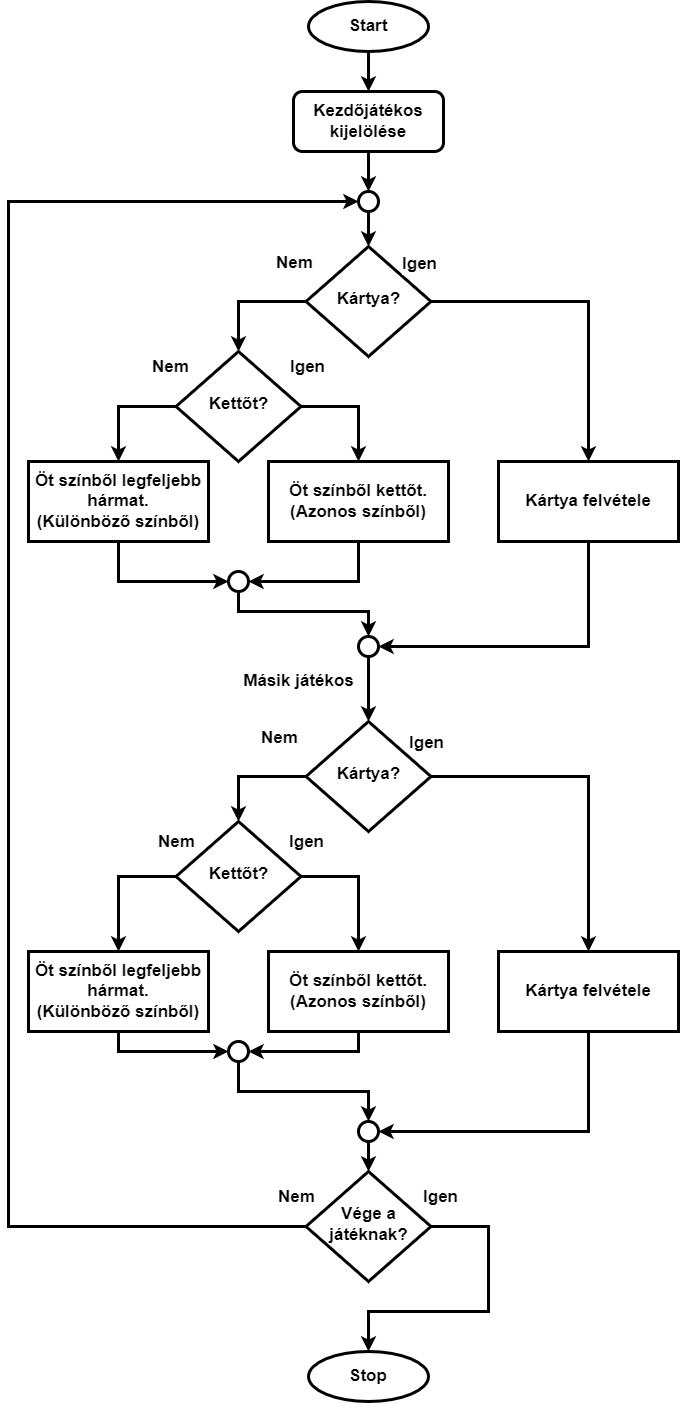
Above: docs/Splendor_flowchart.png in KollarMaTT/Szakdolgozat (draw.io), before the change. Source tidied: cells renumbered, new cells last; positions are measured from the earlier drawing's top-left corner, leaving out a move shared by most shapes.
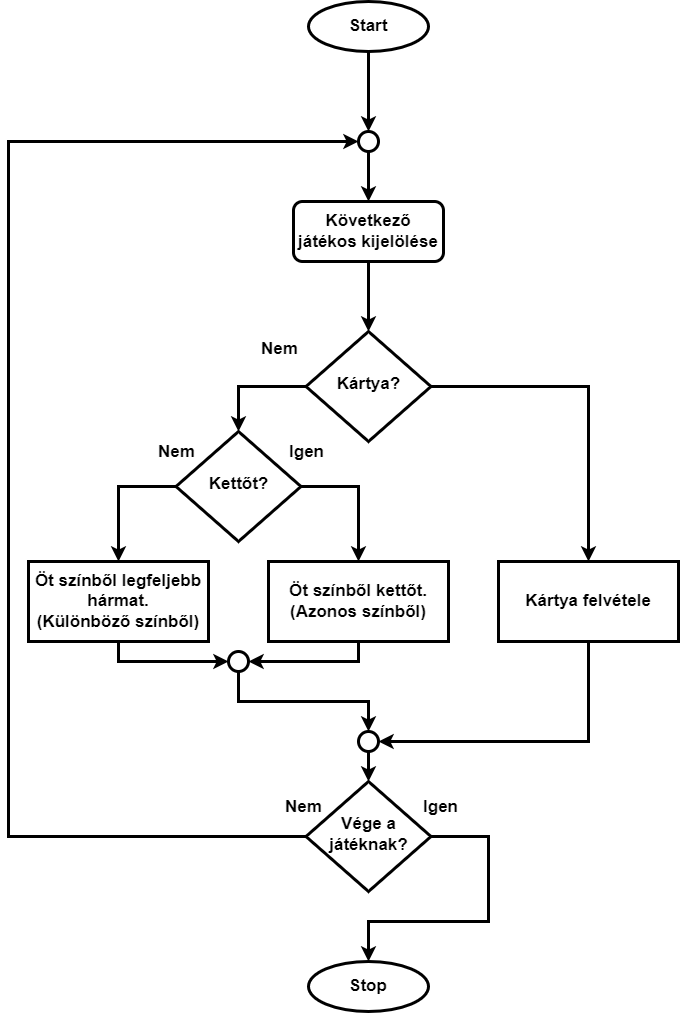
The same file after the commit.

Diff of the diagram source:
```diff
@@ -2,83 +2,18 @@
   <root>
     <mxCell id="0" />
     <mxCell id="1" parent="0" />
-    <mxCell id="2" style="edgeStyle=none;rounded=0;jettySize=auto;html=1;strokeWidth=3;startArrow=none;exitX=0.5;exitY=1;exitDx=0;exitDy=0;entryX=0.5;entryY=0;entryDx=0;entryDy=0;" parent="1" edge="1" source="3" target="55">
-      <mxGeometry relative="1" as="geometry" />
-    </mxCell>
-    <mxCell id="3" value="&lt;font style=&quot;font-size: 17px&quot;&gt;&lt;b&gt;Kezdőjátékos kijelölése&lt;/b&gt;&lt;/font&gt;" style="rounded=1;whiteSpace=wrap;html=1;fontSize=12;glass=0;strokeWidth=3;shadow=0;" parent="1" vertex="1">
-      <mxGeometry x="405" y="90" width="150" height="60" as="geometry" />
+    <mxCell id="3" value="&lt;font style=&quot;font-size: 17px&quot;&gt;&lt;b&gt;Következő játékos kijelölése&lt;/b&gt;&lt;/font&gt;" style="rounded=1;whiteSpace=wrap;html=1;fontSize=12;glass=0;strokeWidth=3;shadow=0;" parent="1" vertex="1">
+      <mxGeometry x="405" y="590" width="150" height="60" as="geometry" />
     </mxCell>
-    <mxCell id="4" style="edgeStyle=orthogonalEdgeStyle;rounded=0;jettySize=auto;html=1;exitX=0;exitY=0.5;exitDx=0;exitDy=0;entryX=0.5;entryY=0;entryDx=0;entryDy=0;endArrow=classic;endFill=1;strokeWidth=3;" parent="1" edge="1" source="7" target="12">
-      <mxGeometry relative="1" as="geometry" />
-    </mxCell>
-    <mxCell id="5" value="Nem" style="edgeLabel;html=1;align=center;verticalAlign=middle;fontSize=17;fontStyle=1;" parent="4" vertex="1">
-      <mxGeometry x="0.28" y="-2" relative="1" as="geometry">
-        <mxPoint x="57" y="-46" as="offset" />
-      </mxGeometry>
-    </mxCell>
-    <mxCell id="6" style="edgeStyle=orthogonalEdgeStyle;rounded=0;jettySize=auto;html=1;exitX=1;exitY=0.5;exitDx=0;exitDy=0;entryX=0.5;entryY=0;entryDx=0;entryDy=0;strokeWidth=3;" parent="1" edge="1" source="7" target="17">
-      <mxGeometry relative="1" as="geometry" />
-    </mxCell>
-    <mxCell id="7" value="&lt;font style=&quot;font-size: 17px&quot;&gt;&lt;b&gt;Kártya?&lt;/b&gt;&lt;/font&gt;" style="rhombus;whiteSpace=wrap;html=1;shadow=0;fontFamily=Helvetica;fontSize=12;align=center;strokeWidth=3;spacing=6;spacingTop=-4;" parent="1" vertex="1">
-      <mxGeometry x="417.5" y="245" width="125" height="110" as="geometry" />
-    </mxCell>
-    <mxCell id="8" style="edgeStyle=orthogonalEdgeStyle;rounded=0;jettySize=auto;html=1;exitX=0;exitY=0.5;exitDx=0;exitDy=0;entryX=0.5;entryY=0;entryDx=0;entryDy=0;endArrow=classic;endFill=1;strokeWidth=3;" parent="1" edge="1" source="12" target="21">
-      <mxGeometry relative="1" as="geometry" />
-    </mxCell>
-    <mxCell id="9" value="Nem" style="edgeLabel;html=1;align=center;verticalAlign=middle;fontSize=17;fontStyle=1;" parent="8" vertex="1">
-      <mxGeometry x="-0.34" y="2" relative="1" as="geometry">
-        <mxPoint x="31" y="-42" as="offset" />
-      </mxGeometry>
-    </mxCell>
-    <mxCell id="10" style="edgeStyle=orthogonalEdgeStyle;rounded=0;jettySize=auto;html=1;exitX=1;exitY=0.5;exitDx=0;exitDy=0;entryX=0.5;entryY=0;entryDx=0;entryDy=0;endArrow=classic;endFill=1;strokeWidth=3;" parent="1" edge="1" source="12" target="19">
-      <mxGeometry relative="1" as="geometry" />
-    </mxCell>
-    <mxCell id="11" value="Igen" style="edgeLabel;html=1;align=center;verticalAlign=middle;fontSize=17;fontStyle=1;" parent="10" vertex="1">
-      <mxGeometry x="-0.2" y="-1" relative="1" as="geometry">
-        <mxPoint x="-39" y="-41" as="offset" />
-      </mxGeometry>
-    </mxCell>
-    <mxCell id="12" value="Kettőt?" style="rhombus;whiteSpace=wrap;html=1;shadow=0;fontFamily=Helvetica;fontSize=17;align=center;strokeWidth=3;spacing=6;spacingTop=-4;fontStyle=1;" parent="1" vertex="1">
-      <mxGeometry x="287.5" y="350" width="125" height="110" as="geometry" />
-    </mxCell>
     <mxCell id="13" value="&lt;font size=&quot;1&quot;&gt;&lt;b style=&quot;font-size: 17px&quot;&gt;Start&lt;/b&gt;&lt;/font&gt;" style="ellipse;whiteSpace=wrap;html=1;strokeWidth=3;" parent="1" vertex="1">
-      <mxGeometry x="420" width="120" height="50" as="geometry" />
+      <mxGeometry x="420" y="390" width="120" height="50" as="geometry" />
     </mxCell>
-    <mxCell id="14" style="edgeStyle=none;rounded=0;jettySize=auto;html=1;entryX=0.5;entryY=0;entryDx=0;entryDy=0;strokeWidth=3;exitX=0.5;exitY=1;exitDx=0;exitDy=0;" parent="1" edge="1" source="55" target="7">
+    <mxCell id="14" style="edgeStyle=none;rounded=0;jettySize=auto;html=1;entryX=0.5;entryY=0;entryDx=0;entryDy=0;strokeWidth=3;exitX=0.5;exitY=1;exitDx=0;exitDy=0;" parent="1" edge="1" source="55" target="3">
       <mxGeometry relative="1" as="geometry" />
     </mxCell>
     <mxCell id="15" style="edgeStyle=none;shape=flexArrow;rounded=0;orthogonalLoop=1;jettySize=auto;html=1;entryX=0.5;entryY=0;entryDx=0;entryDy=0;" parent="1" edge="1" source="55" target="55">
       <mxGeometry relative="1" as="geometry" />
     </mxCell>
-    <mxCell id="16" style="edgeStyle=orthogonalEdgeStyle;rounded=0;jettySize=auto;html=1;exitX=0.5;exitY=1;exitDx=0;exitDy=0;entryX=1;entryY=0.5;entryDx=0;entryDy=0;endArrow=classic;endFill=1;strokeWidth=3;" parent="1" edge="1" source="17" target="27">
-      <mxGeometry relative="1" as="geometry" />
-    </mxCell>
-    <mxCell id="17" value="&lt;span style=&quot;font-size: 17px;&quot;&gt;Kártya felvétele&lt;/span&gt;" style="rounded=0;whiteSpace=wrap;html=1;strokeWidth=3;fontSize=17;fontStyle=1;" parent="1" vertex="1">
-      <mxGeometry x="610" y="460" width="180" height="80" as="geometry" />
-    </mxCell>
-    <mxCell id="18" style="edgeStyle=orthogonalEdgeStyle;rounded=0;jettySize=auto;html=1;exitX=0.5;exitY=1;exitDx=0;exitDy=0;entryX=1;entryY=0.5;entryDx=0;entryDy=0;endArrow=classic;endFill=1;strokeWidth=3;" parent="1" edge="1" source="19" target="23">
-      <mxGeometry relative="1" as="geometry" />
-    </mxCell>
-    <mxCell id="19" value="&lt;span style=&quot;font-family: helvetica; font-size: 17px;&quot;&gt;Öt színből kettőt.&lt;/span&gt;&lt;br style=&quot;font-family: helvetica; font-size: 17px;&quot;&gt;&lt;span style=&quot;font-family: helvetica; font-size: 17px;&quot;&gt;(Azonos színből)&lt;/span&gt;" style="rounded=0;whiteSpace=wrap;html=1;strokeWidth=3;fontSize=17;fontStyle=1;" parent="1" vertex="1">
-      <mxGeometry x="380" y="460" width="180" height="80" as="geometry" />
-    </mxCell>
-    <mxCell id="20" style="edgeStyle=orthogonalEdgeStyle;rounded=0;jettySize=auto;html=1;exitX=0.5;exitY=1;exitDx=0;exitDy=0;entryX=0;entryY=0.5;entryDx=0;entryDy=0;endArrow=classic;endFill=1;strokeWidth=3;" parent="1" edge="1" source="21" target="23">
-      <mxGeometry relative="1" as="geometry" />
-    </mxCell>
-    <mxCell id="21" value="Öt színből legfeljebb hármat.&lt;br style=&quot;font-size: 17px;&quot;&gt;(Különböző színből)" style="rounded=0;whiteSpace=wrap;html=1;strokeWidth=3;fontSize=17;fontStyle=1;" parent="1" vertex="1">
-      <mxGeometry x="140" y="460" width="180" height="80" as="geometry" />
-    </mxCell>
-    <mxCell id="22" style="edgeStyle=orthogonalEdgeStyle;rounded=0;jettySize=auto;html=1;exitX=0.5;exitY=1;exitDx=0;exitDy=0;entryX=0.5;entryY=0;entryDx=0;entryDy=0;endArrow=classic;endFill=1;strokeWidth=3;" parent="1" edge="1" source="23" target="27">
-      <mxGeometry relative="1" as="geometry">
-        <Array as="points">
-          <mxPoint x="350" y="610" />
-          <mxPoint x="480" y="610" />
-        </Array>
-      </mxGeometry>
-    </mxCell>
-    <mxCell id="23" style="ellipse;whiteSpace=wrap;html=1;strokeWidth=3;" parent="1" vertex="1">
-      <mxGeometry x="340" y="570" width="20" height="20" as="geometry" />
-    </mxCell>
     <mxCell id="24" style="edgeStyle=elbowEdgeStyle;rounded=0;jettySize=auto;html=1;entryX=0;entryY=0.5;entryDx=0;entryDy=0;endArrow=classic;endFill=1;exitX=0;exitY=0.5;exitDx=0;exitDy=0;strokeWidth=3;" parent="1" edge="1" source="49" target="55">
       <mxGeometry relative="1" as="geometry">
         <Array as="points">
@@ -94,12 +29,6 @@
         <mxPoint x="25" y="-30" as="offset" />
       </mxGeometry>
     </mxCell>
-    <mxCell id="26" value="Másik játékos" style="edgeStyle=orthogonalEdgeStyle;rounded=0;jettySize=auto;html=1;exitX=0.5;exitY=1;exitDx=0;exitDy=0;entryX=0.5;entryY=0;entryDx=0;entryDy=0;endArrow=classic;endFill=1;strokeWidth=3;fontSize=17;fontStyle=1;" parent="1" edge="1" source="27" target="31">
-      <mxGeometry x="-0.23" y="-70" relative="1" as="geometry" />
-    </mxCell>
-    <mxCell id="27" style="ellipse;whiteSpace=wrap;html=1;strokeWidth=3;" parent="1" vertex="1">
-      <mxGeometry x="470" y="635" width="20" height="20" as="geometry" />
-    </mxCell>
     <mxCell id="28" style="edgeStyle=orthogonalEdgeStyle;rounded=0;jettySize=auto;html=1;exitX=0;exitY=0.5;exitDx=0;exitDy=0;entryX=0.5;entryY=0;entryDx=0;entryDy=0;endArrow=classic;endFill=1;strokeWidth=3;" parent="1" edge="1" source="31" target="36">
       <mxGeometry relative="1" as="geometry" />
     </mxCell>
@@ -191,21 +120,14 @@
     <mxCell id="51" style="edgeStyle=orthogonalEdgeStyle;rounded=0;orthogonalLoop=1;jettySize=auto;html=1;exitX=0.5;exitY=1;exitDx=0;exitDy=0;endArrow=classic;endFill=1;" parent="1" edge="1" source="50" target="50">
       <mxGeometry relative="1" as="geometry" />
     </mxCell>
-    <mxCell id="52" value="&lt;font style=&quot;font-size: 17px&quot;&gt;&lt;b&gt;Igen&lt;/b&gt;&lt;/font&gt;" style="edgeLabel;html=1;align=center;verticalAlign=middle;" parent="1" vertex="1">
-      <mxGeometry x="380" y="300" as="geometry">
-        <mxPoint x="150" y="-37" as="offset" />
-      </mxGeometry>
-    </mxCell>
-    <mxCell id="53" value="Igen" style="edgeLabel;html=1;align=center;verticalAlign=middle;fontSize=17;fontStyle=1;" parent="1" vertex="1">
-      <mxGeometry x="510" y="460" as="geometry">
-        <mxPoint x="27" y="281" as="offset" />
-      </mxGeometry>
-    </mxCell>
-    <mxCell id="54" style="edgeStyle=none;rounded=0;jettySize=auto;html=1;exitX=0.5;exitY=1;exitDx=0;exitDy=0;strokeWidth=3;entryX=0.5;entryY=0;entryDx=0;entryDy=0;" parent="1" edge="1" source="13" target="3">
-      <mxGeometry relative="1" as="geometry" />
-    </mxCell>
     <mxCell id="55" style="ellipse;whiteSpace=wrap;html=1;strokeWidth=3;" parent="1" vertex="1">
-      <mxGeometry x="470" y="190" width="20" height="20" as="geometry" />
+      <mxGeometry x="470" y="520" width="20" height="20" as="geometry" />
     </mxCell>
+    <mxCell id="56" style="edgeStyle=none;rounded=0;jettySize=auto;html=1;entryX=0.5;entryY=0;entryDx=0;entryDy=0;strokeWidth=3;exitX=0.5;exitY=1;exitDx=0;exitDy=0;" parent="1" edge="1" source="13" target="55">
+      <mxGeometry relative="1" as="geometry" />
+    </mxCell>
+    <mxCell id="57" style="edgeStyle=none;rounded=0;jettySize=auto;html=1;entryX=0.5;entryY=0;entryDx=0;entryDy=0;strokeWidth=3;exitX=0.5;exitY=1;exitDx=0;exitDy=0;" parent="1" edge="1" source="3" target="31">
+      <mxGeometry relative="1" as="geometry" />
+    </mxCell>
   </root>
 </mxGraphModel>
```
